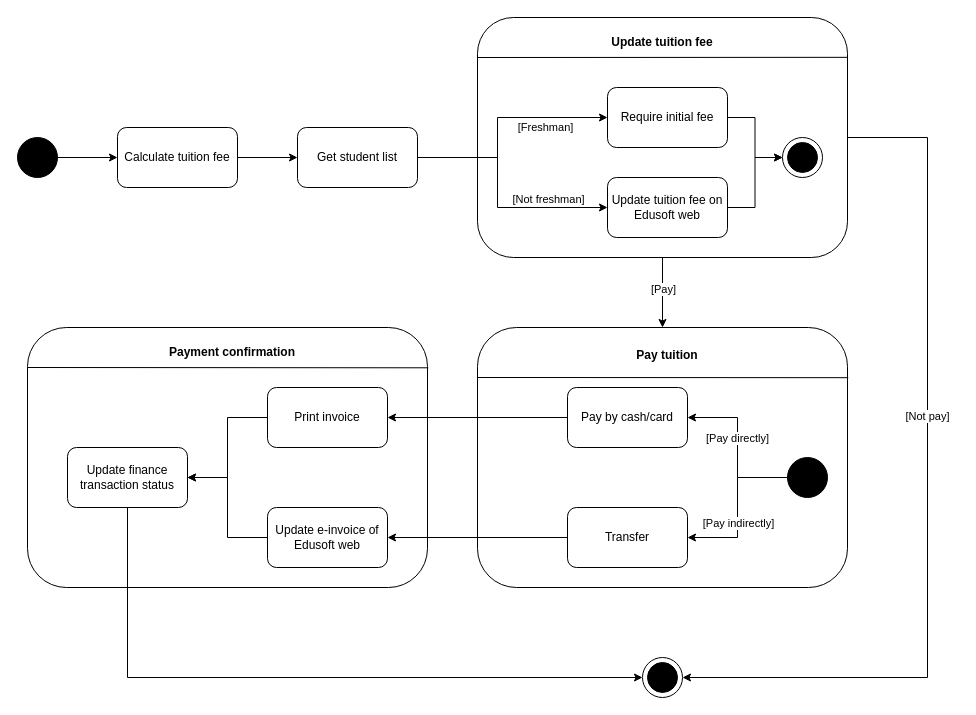
The draw.io diagram Lab 5/Topic 5_ Tuition fee payment.drawio in JavaKhangNguyen/LabOOAD, before the edit. Source tidied: cells renumbered, new cells numbered last; positions are measured from the earlier drawing's top-left corner, leaving out a move shared by most shapes. Both pictures are drawn from the tidied source at 100%, with x=0, y=0 at pixel (17, 17).
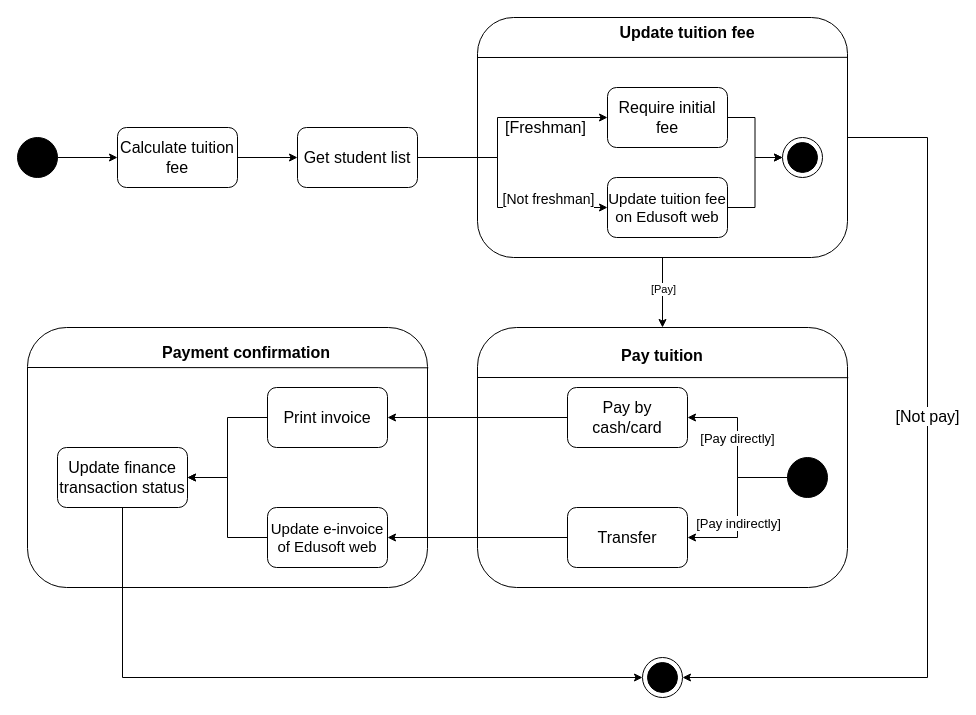
The same page after the edit.

The change refers to these unchanged cells:
```xml
<mxCell id="5" style="edgeStyle=orthogonalEdgeStyle;rounded=0;jettySize=auto;html=1;entryX=1;entryY=0.5;entryDx=0;entryDy=0;startArrow=none;startFill=0;endArrow=classic;endFill=1;" parent="1" edge="1" source="7" target="42">
  <mxGeometry relative="1" as="geometry">
    <Array as="points">
      <mxPoint x="910" y="120" />
      <mxPoint x="910" y="660" />
    </Array>
  </mxGeometry>
</mxCell>
<mxCell id="12" style="edgeStyle=orthogonalEdgeStyle;rounded=0;jettySize=auto;html=1;entryX=0;entryY=0.5;entryDx=0;entryDy=0;" parent="1" edge="1" source="14" target="17">
  <mxGeometry relative="1" as="geometry">
    <Array as="points">
      <mxPoint x="480" y="140" />
      <mxPoint x="480" y="100" />
    </Array>
  </mxGeometry>
</mxCell>
<mxCell id="20" style="endArrow=classic;html=1;rounded=0;exitX=1;exitY=0.5;exitDx=0;exitDy=0;entryX=0;entryY=0.5;entryDx=0;entryDy=0;" parent="1" edge="1" source="14" target="19">
  <mxGeometry relative="1" as="geometry">
    <Array as="points">
      <mxPoint x="450" y="140" />
      <mxPoint x="480" y="140" />
      <mxPoint x="480" y="190" />
    </Array>
  </mxGeometry>
</mxCell>
<mxCell id="23" style="edgeStyle=orthogonalEdgeStyle;rounded=0;jettySize=auto;html=1;entryX=0;entryY=0.5;entryDx=0;entryDy=0;startArrow=classic;startFill=1;endArrow=none;endFill=0;" parent="1" edge="1" source="25" target="31">
  <mxGeometry relative="1" as="geometry" />
</mxCell>
<mxCell id="26" style="edgeStyle=orthogonalEdgeStyle;rounded=0;jettySize=auto;html=1;entryX=0;entryY=0.5;entryDx=0;entryDy=0;endArrow=none;endFill=0;startArrow=classic;startFill=1;" parent="1" edge="1" source="28" target="31">
  <mxGeometry relative="1" as="geometry" />
</mxCell>
```

What changed in the source:
```diff
@@
-    <mxCell id="6" value="[Not pay]" style="edgeLabel;html=1;align=center;verticalAlign=middle;" parent="5" vertex="1">
+    <mxCell id="6" value="&lt;font style=&quot;font-size: 16px&quot;&gt;[Not pay]&lt;/font&gt;" style="edgeLabel;html=1;align=center;verticalAlign=middle;" parent="5" vertex="1">
       <mxGeometry x="-0.34" y="-1" relative="1" as="geometry">
         <mxPoint y="73" as="offset" />
       </mxGeometry>
     </mxCell>
@@
-    <mxCell id="11" value="Calculate tuition fee" style="rounded=1;whiteSpace=wrap;html=1;fillColor=none;" parent="1" vertex="1">
+    <mxCell id="11" value="&lt;font style=&quot;font-size: 16px&quot;&gt;Calculate tuition fee&lt;/font&gt;" style="rounded=1;whiteSpace=wrap;html=1;fillColor=none;" parent="1" vertex="1">
       <mxGeometry x="100" y="110" width="120" height="60" as="geometry" />
     </mxCell>
@@
-    <mxCell id="13" value="[Freshman]" style="edgeLabel;html=1;align=center;verticalAlign=middle;" parent="12" vertex="1">
+    <mxCell id="13" value="&lt;font style=&quot;font-size: 16px&quot;&gt;[Freshman]&lt;/font&gt;" style="edgeLabel;html=1;align=center;verticalAlign=middle;" parent="12" vertex="1">
       <mxGeometry x="-0.03" y="1" relative="1" as="geometry">
         <mxPoint x="48" y="1" as="offset" />
       </mxGeometry>
     </mxCell>
-    <mxCell id="14" value="Get student list" style="rounded=1;whiteSpace=wrap;html=1;fillColor=none;" parent="1" vertex="1">
+    <mxCell id="14" value="&lt;font style=&quot;font-size: 16px&quot;&gt;Get student list&lt;/font&gt;" style="rounded=1;whiteSpace=wrap;html=1;fillColor=none;" parent="1" vertex="1">
       <mxGeometry x="280" y="110" width="120" height="60" as="geometry" />
     </mxCell>
-    <mxCell id="15" value="&lt;b&gt;Update tuition fee&lt;/b&gt;" style="rounded=0;whiteSpace=wrap;html=1;fillColor=none;strokeColor=none;" parent="1" vertex="1">
-      <mxGeometry x="590" y="10" width="110" height="30" as="geometry" />
+    <mxCell id="15" value="&lt;b&gt;&lt;font style=&quot;font-size: 16px&quot;&gt;Update tuition fee&lt;/font&gt;&lt;/b&gt;" style="rounded=0;whiteSpace=wrap;html=1;fillColor=none;strokeColor=none;" parent="1" vertex="1">
+      <mxGeometry x="600" width="140" height="30" as="geometry" />
     </mxCell>
@@
-    <mxCell id="17" value="Require initial fee" style="rounded=1;whiteSpace=wrap;html=1;fillColor=none;" parent="1" vertex="1">
+    <mxCell id="17" value="&lt;font style=&quot;font-size: 16px&quot;&gt;Require initial fee&lt;/font&gt;" style="rounded=1;whiteSpace=wrap;html=1;fillColor=none;" parent="1" vertex="1">
       <mxGeometry x="590" y="70" width="120" height="60" as="geometry" />
     </mxCell>
@@
-    <mxCell id="19" value="Update tuition fee on Edusoft web" style="rounded=1;whiteSpace=wrap;html=1;fillColor=none;" parent="1" vertex="1">
+    <mxCell id="19" value="&lt;font style=&quot;font-size: 15px&quot;&gt;Update tuition fee on Edusoft web&lt;/font&gt;" style="rounded=1;whiteSpace=wrap;html=1;fillColor=none;" parent="1" vertex="1">
       <mxGeometry x="590" y="160" width="120" height="60" as="geometry" />
     </mxCell>
@@
-    <mxCell id="21" value="[Not freshman]" style="edgeLabel;html=1;align=center;verticalAlign=middle;" parent="20" vertex="1">
+    <mxCell id="21" value="&lt;font style=&quot;font-size: 14px&quot;&gt;[Not freshman]&lt;/font&gt;" style="edgeLabel;html=1;align=center;verticalAlign=middle;" parent="20" vertex="1">
       <mxGeometry x="0.05" y="-2" relative="1" as="geometry">
         <mxPoint x="52" y="-5" as="offset" />
       </mxGeometry>
     </mxCell>
-    <mxCell id="22" value="&lt;b&gt;Pay tuition&lt;/b&gt;" style="rounded=0;whiteSpace=wrap;html=1;fillColor=none;strokeColor=none;" parent="1" vertex="1">
-      <mxGeometry x="600" y="325" width="100" height="25" as="geometry" />
+    <mxCell id="22" value="&lt;b&gt;&lt;font style=&quot;font-size: 16px&quot;&gt;Pay tuition&lt;/font&gt;&lt;/b&gt;" style="rounded=0;whiteSpace=wrap;html=1;fillColor=none;strokeColor=none;" parent="1" vertex="1">
+      <mxGeometry x="595" y="325" width="100" height="25" as="geometry" />
     </mxCell>
@@
-    <mxCell id="24" value="[Pay directly]" style="edgeLabel;html=1;align=center;verticalAlign=middle;" parent="23" vertex="1">
+    <mxCell id="24" value="&lt;font style=&quot;font-size: 13px&quot;&gt;[Pay directly]&lt;/font&gt;" style="edgeLabel;html=1;align=center;verticalAlign=middle;" parent="23" vertex="1">
       <mxGeometry x="-0.13" y="-1" relative="1" as="geometry" />
     </mxCell>
-    <mxCell id="25" value="Pay by cash/card" style="rounded=1;whiteSpace=wrap;html=1;fillColor=none;" parent="1" vertex="1">
+    <mxCell id="25" value="&lt;font style=&quot;font-size: 16px&quot;&gt;Pay by cash/card&lt;/font&gt;" style="rounded=1;whiteSpace=wrap;html=1;fillColor=none;" parent="1" vertex="1">
       <mxGeometry x="550" y="370" width="120" height="60" as="geometry" />
     </mxCell>
@@
-    <mxCell id="27" value="[Pay indirectly]" style="edgeLabel;html=1;align=center;verticalAlign=middle;" parent="26" vertex="1">
+    <mxCell id="27" value="&lt;font style=&quot;font-size: 13px&quot;&gt;[Pay indirectly]&lt;/font&gt;" style="edgeLabel;html=1;align=center;verticalAlign=middle;" parent="26" vertex="1">
       <mxGeometry x="-0.19" relative="1" as="geometry" />
     </mxCell>
-    <mxCell id="28" value="Transfer" style="rounded=1;whiteSpace=wrap;html=1;fillColor=none;" parent="1" vertex="1">
+    <mxCell id="28" value="&lt;font style=&quot;font-size: 16px&quot;&gt;Transfer&lt;/font&gt;" style="rounded=1;whiteSpace=wrap;html=1;fillColor=none;" parent="1" vertex="1">
       <mxGeometry x="550" y="490" width="120" height="60" as="geometry" />
     </mxCell>
@@
-    <mxCell id="35" value="&lt;b&gt;Payment confirmation&lt;/b&gt;" style="rounded=0;whiteSpace=wrap;html=1;fillColor=none;strokeColor=none;" parent="1" vertex="1">
-      <mxGeometry x="150" y="320" width="130" height="30" as="geometry" />
+    <mxCell id="35" value="&lt;b&gt;&lt;font style=&quot;font-size: 16px&quot;&gt;Payment confirmation&lt;/font&gt;&lt;/b&gt;" style="rounded=0;whiteSpace=wrap;html=1;fillColor=none;strokeColor=none;" parent="1" vertex="1">
+      <mxGeometry x="134" y="320" width="190" height="30" as="geometry" />
     </mxCell>
@@
-    <mxCell id="37" value="Update e-invoice of Edusoft web" style="rounded=1;whiteSpace=wrap;html=1;fillColor=none;" parent="1" vertex="1">
+    <mxCell id="37" value="&lt;font style=&quot;font-size: 15px&quot;&gt;Update e-invoice of Edusoft web&lt;/font&gt;" style="rounded=1;whiteSpace=wrap;html=1;fillColor=none;" parent="1" vertex="1">
       <mxGeometry x="250" y="490" width="120" height="60" as="geometry" />
     </mxCell>
@@
-    <mxCell id="39" value="Print invoice" style="rounded=1;whiteSpace=wrap;html=1;fillColor=none;" parent="1" vertex="1">
+    <mxCell id="39" value="&lt;font style=&quot;font-size: 16px&quot;&gt;Print invoice&lt;/font&gt;" style="rounded=1;whiteSpace=wrap;html=1;fillColor=none;" parent="1" vertex="1">
       <mxGeometry x="250" y="370" width="120" height="60" as="geometry" />
     </mxCell>
@@
-    <mxCell id="41" value="Update finance transaction status" style="rounded=1;whiteSpace=wrap;html=1;fillColor=none;" parent="1" vertex="1">
-      <mxGeometry x="50" y="430" width="120" height="60" as="geometry" />
+    <mxCell id="41" value="&lt;font style=&quot;font-size: 16px&quot;&gt;Update finance transaction status&lt;/font&gt;" style="rounded=1;whiteSpace=wrap;html=1;fillColor=none;" parent="1" vertex="1">
+      <mxGeometry x="40" y="430" width="130" height="60" as="geometry" />
     </mxCell>
```
